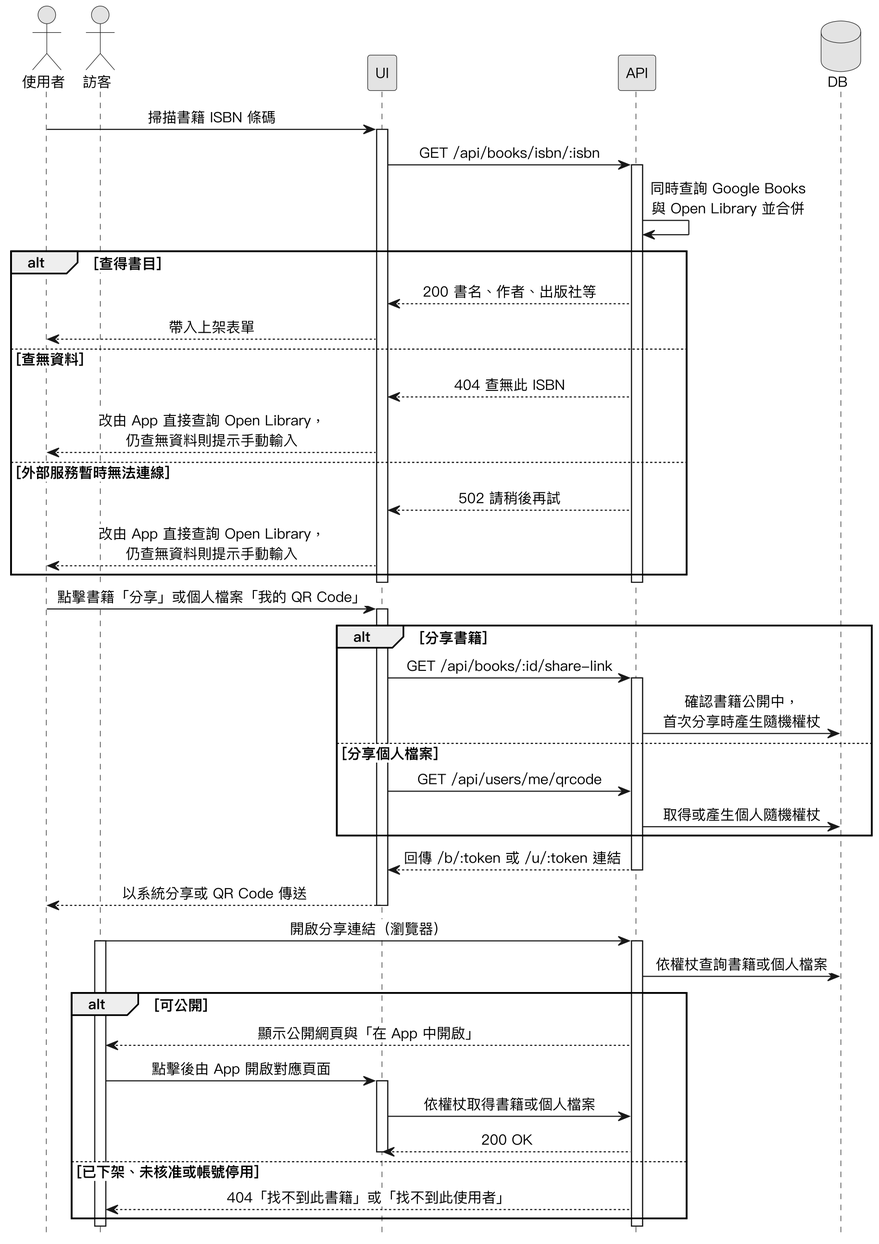
Before: Diagrams/Sequence Diagrams/v3/seq_isbn_share.png, a diagram exported from PlantUML (SaveMyBook/SaveMyBook).
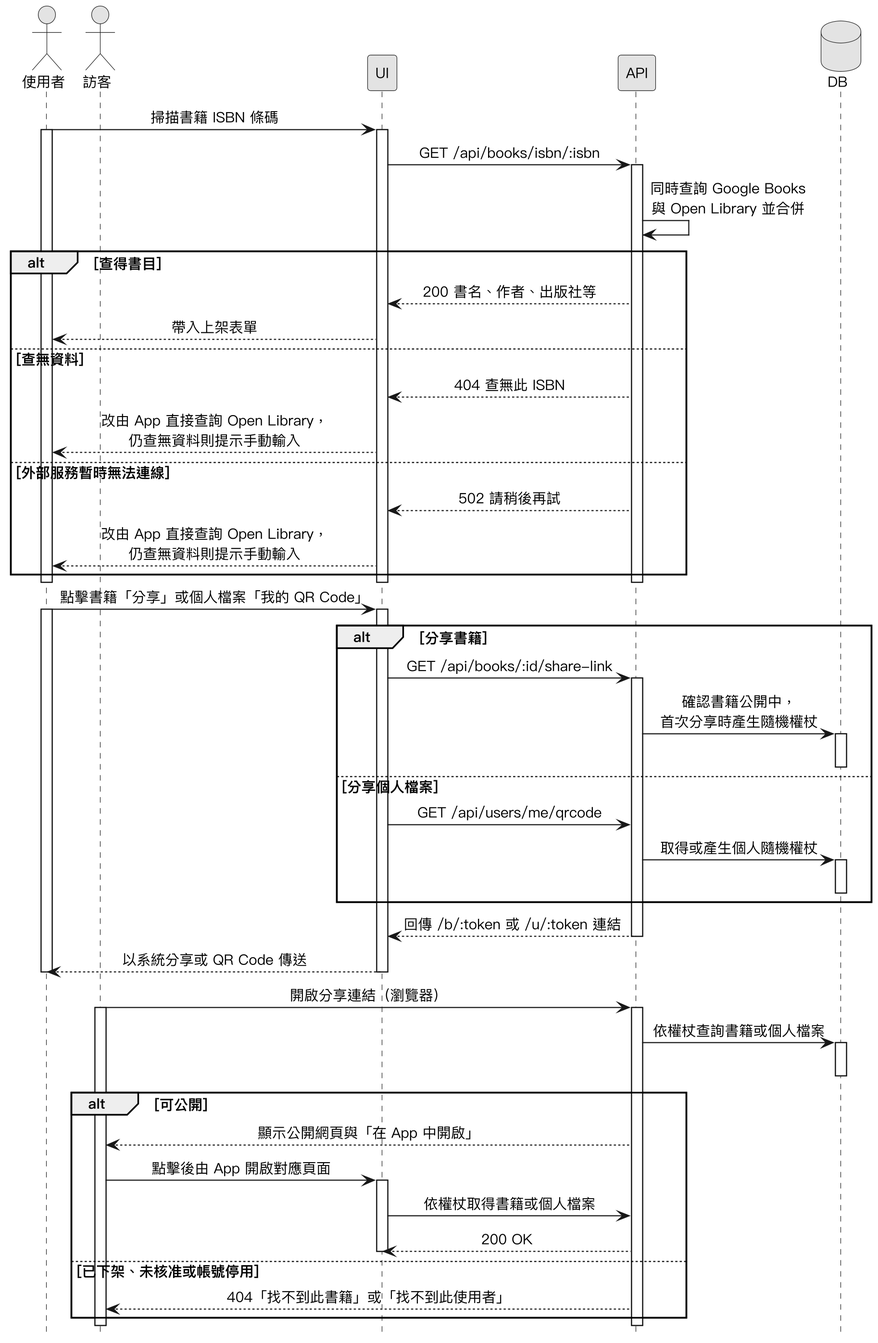
The same diagram one commit later.

Change to the diagram source:
```diff
@@ -15,6 +15,7 @@
 database DB
 
 使用者 -> UI : 掃描書籍 ISBN 條碼
+activate 使用者
 activate UI
 UI -> API : GET /api/books/isbn/:isbn
 activate API
@@ -31,26 +32,32 @@
 end
 deactivate API
 deactivate UI
+deactivate 使用者
 
 使用者 -> UI : 點擊書籍「分享」或個人檔案「我的 QR Code」
+activate 使用者
 activate UI
 alt 分享書籍
   UI -> API : GET /api/books/:id/share-link
   activate API
-  API -> DB : 確認書籍公開中，\n首次分享時產生隨機權杖
+  API -> DB ++ : 確認書籍公開中，\n首次分享時產生隨機權杖
+  deactivate DB
 else 分享個人檔案
   UI -> API : GET /api/users/me/qrcode
-  API -> DB : 取得或產生個人隨機權杖
+  API -> DB ++ : 取得或產生個人隨機權杖
+  deactivate DB
 end
 API --> UI : 回傳 /b/:token 或 /u/:token 連結
 deactivate API
 UI --> 使用者 : 以系統分享或 QR Code 傳送
 deactivate UI
+deactivate 使用者
 
 訪客 -> API : 開啟分享連結（瀏覽器）
 activate 訪客
 activate API
-API -> DB : 依權杖查詢書籍或個人檔案
+API -> DB ++ : 依權杖查詢書籍或個人檔案
+deactivate DB
 alt 可公開
   API --> 訪客 : 顯示公開網頁與「在 App 中開啟」
   訪客 -> UI : 點擊後由 App 開啟對應頁面
```
